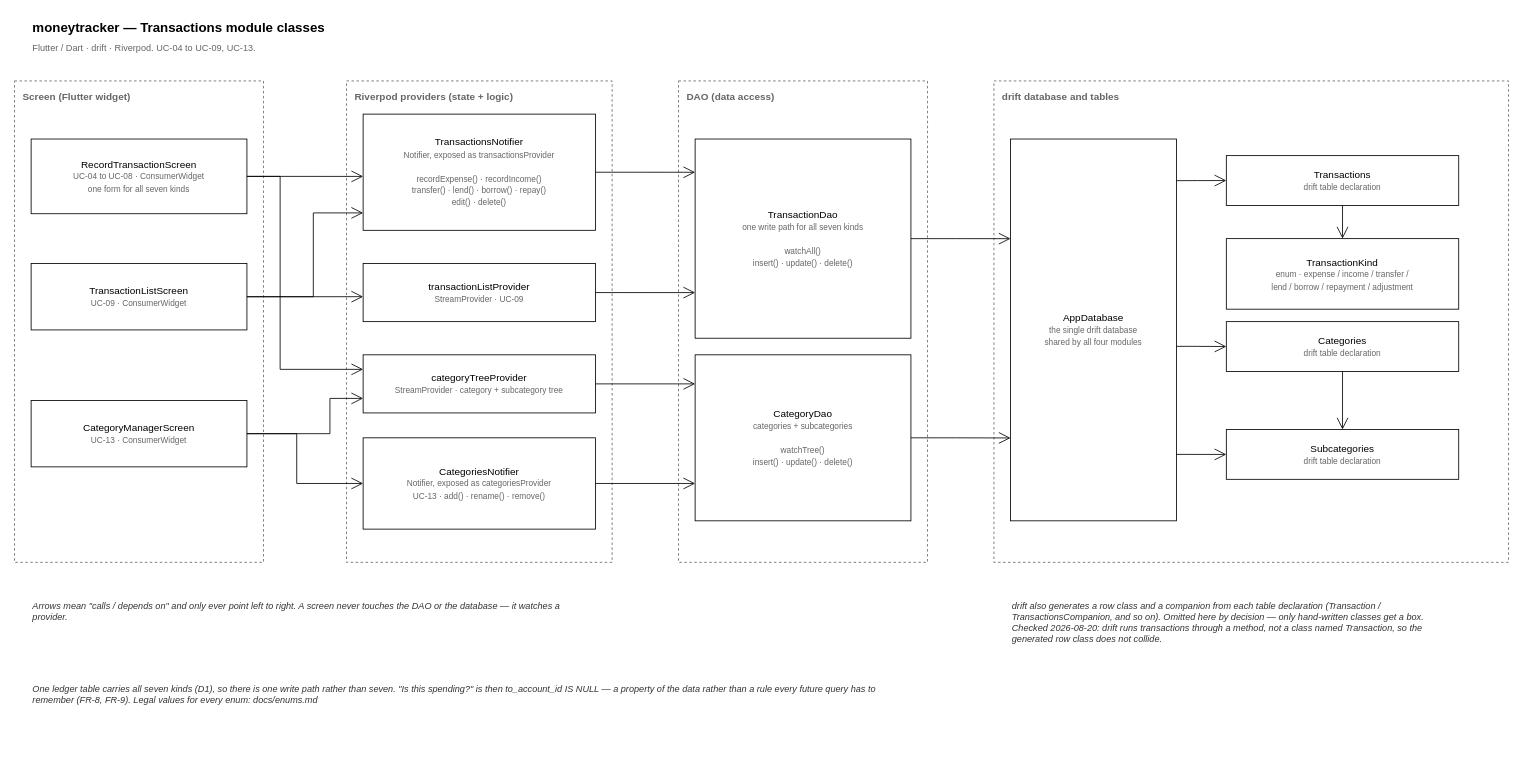
Before: docs/diagrams/class-transactions.drawio in EldwinPr/uangsaku, a draw.io diagram. Source tidied: cells renumbered, new cells numbered last; positions are measured from the earlier drawing's top-left corner, leaving out a move shared by most shapes. Both pictures are drawn from the tidied source at 83%, with x=0, y=0 at pixel (14, 14).
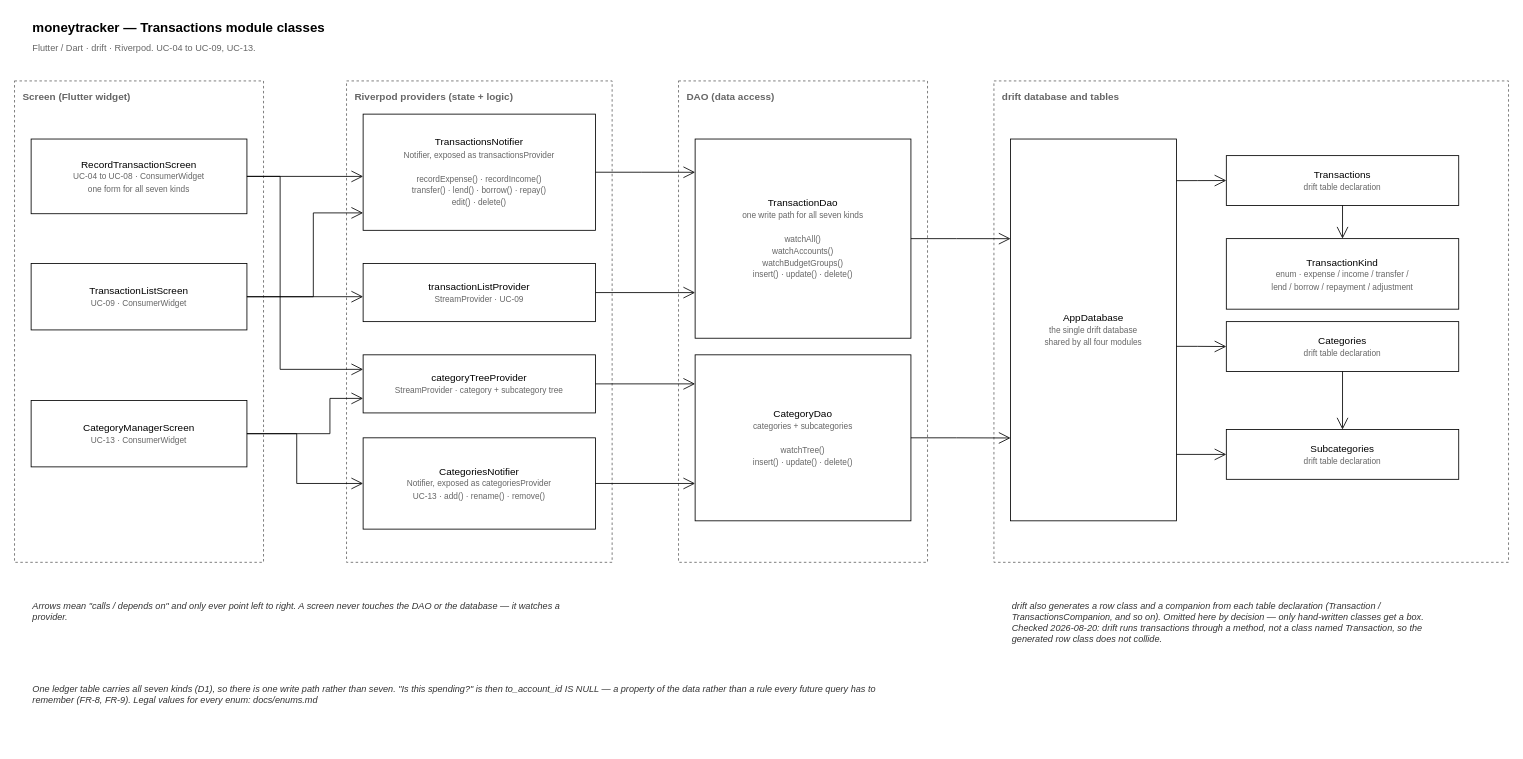
Above is the later version.

The edit, as a diff of the source:
```diff
@@
-    <mxCell id="15" value="TransactionDao&lt;br&gt;&lt;font style=&quot;font-size:10px&quot; color=&quot;#666666&quot;&gt;one write path for all seven kinds&lt;br&gt;&lt;br&gt;watchAll()&lt;br&gt;insert() · update() · delete()&lt;/font&gt;" style="rounded=0;whiteSpace=wrap;html=1;" parent="1" vertex="1">
+    <mxCell id="15" value="TransactionDao&lt;br&gt;&lt;font style=&quot;font-size:10px&quot; color=&quot;#666666&quot;&gt;one write path for all seven kinds&lt;br&gt;&lt;br&gt;watchAll()&lt;br&gt;watchAccounts()&lt;br&gt;watchBudgetGroups()&lt;br&gt;insert() · update() · delete()&lt;/font&gt;" style="rounded=0;whiteSpace=wrap;html=1;" parent="1" vertex="1">
       <mxGeometry x="820" y="150" width="260" height="240" as="geometry" />
     </mxCell>
```
